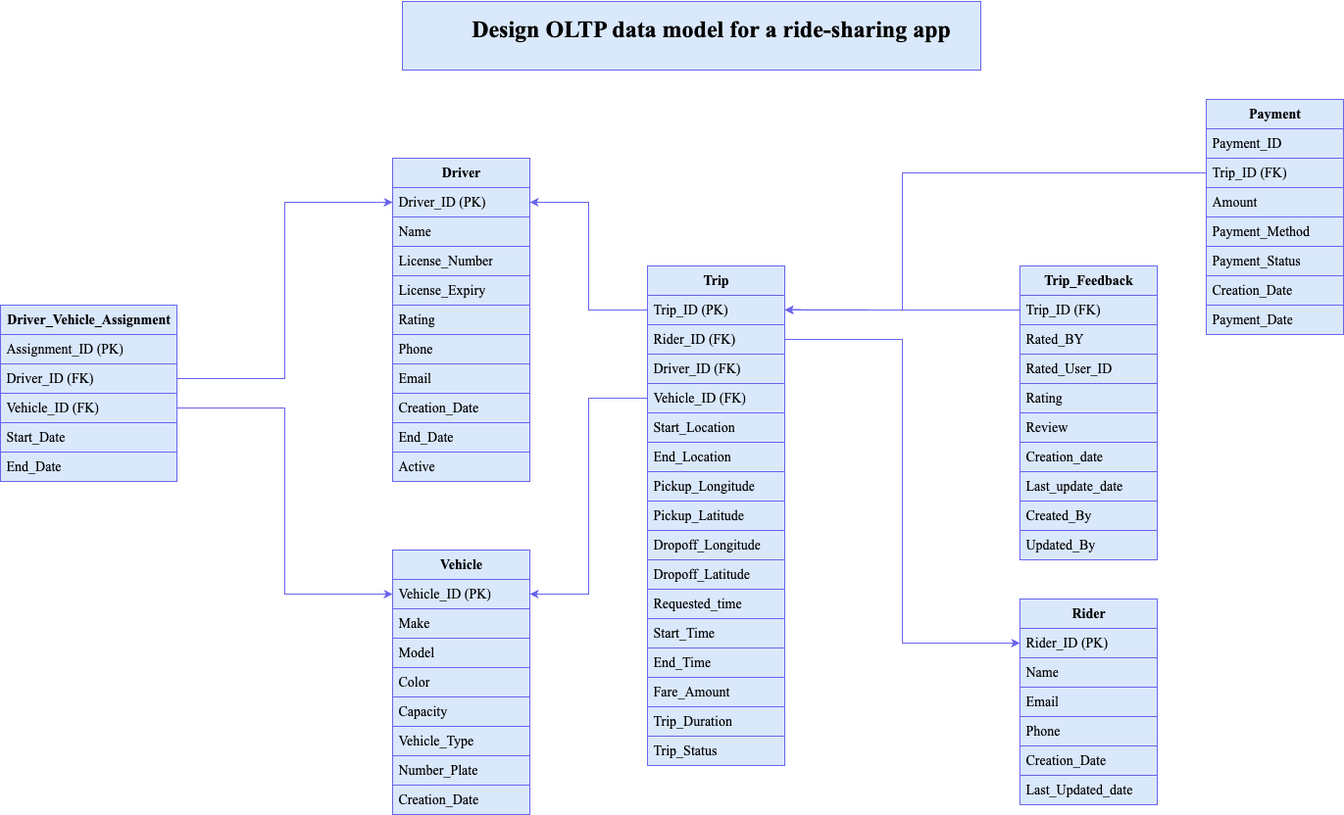
This is Uber-Ride-Share/OLTP/Ride_Share_OLTP_DATA_MODEL.drawio.png from rajesh7901/Data-Modeling, a draw.io export, as it was before one commit. Source tidied: cells renumbered, new cells last; positions are measured from the earlier drawing's top-left corner, leaving out a move shared by most shapes.
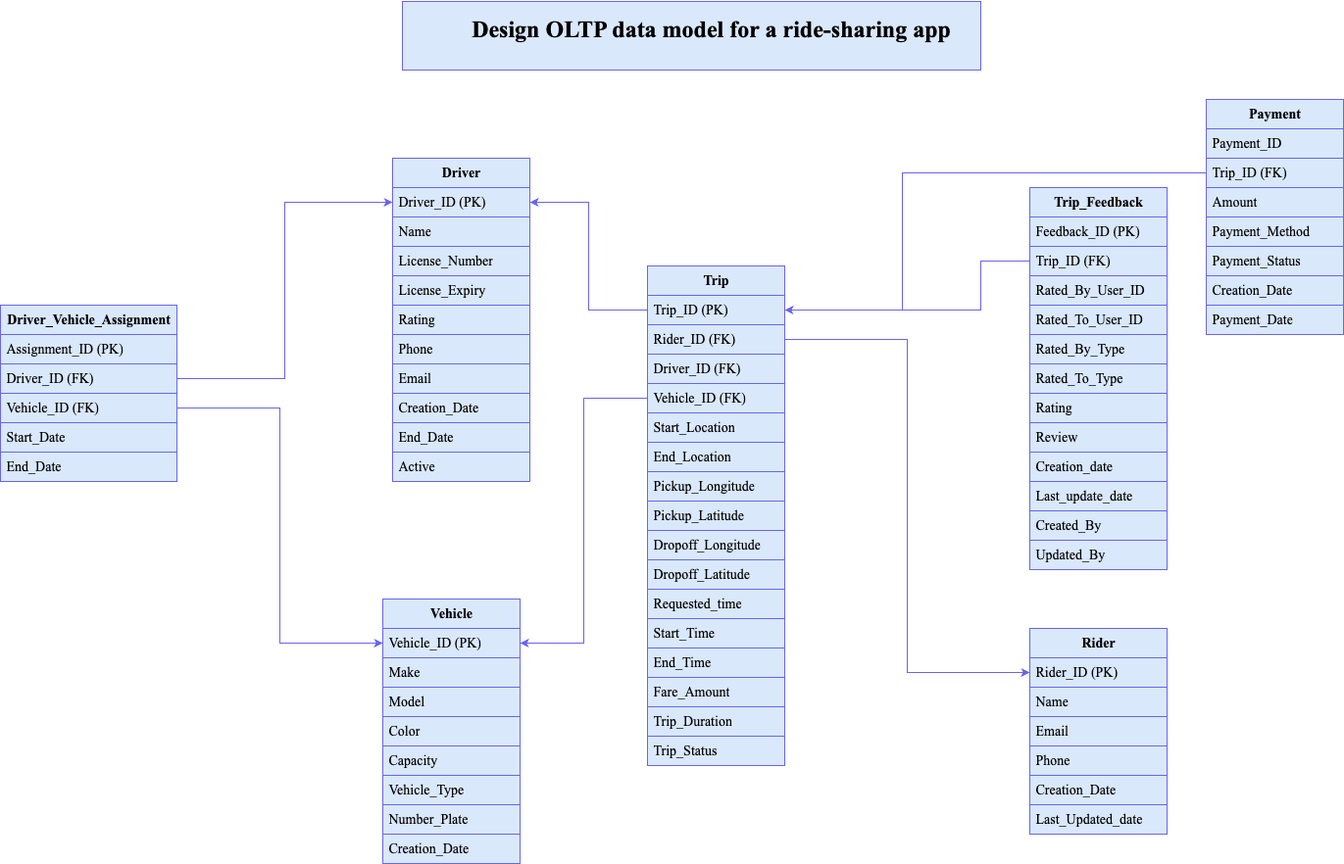
The same diagram one commit later.

Change to the diagram source:
```diff
@@ -36,7 +36,7 @@
       <mxGeometry y="300" width="140" height="30" as="geometry" />
     </mxCell>
     <mxCell id="13" value="&lt;b&gt;Rider&lt;/b&gt;" style="swimlane;fontStyle=0;horizontal=1;startSize=30;whiteSpace=wrap;html=1;swimlaneFillColor=default;labelBackgroundColor=none;fillColor=#dae8fc;fontFamily=Times New Roman;strokeColor=light-dark(#6964ED,#5C79A3);fontSize=14;labelBorderColor=none;textShadow=0;" parent="1" vertex="1">
-      <mxGeometry x="1040" y="610" width="140" height="210" as="geometry" />
+      <mxGeometry x="1050" y="640" width="140" height="210" as="geometry" />
     </mxCell>
     <mxCell id="14" value="Rider_ID (PK)" style="text;align=left;verticalAlign=middle;spacingLeft=4;spacingRight=4;overflow=hidden;points=[[0,0.5],[1,0.5]];portConstraint=eastwest;whiteSpace=wrap;html=1;labelBackgroundColor=none;fillColor=#dae8fc;fontFamily=Times New Roman;fontStyle=0;strokeColor=light-dark(#6964ED,#5C79A3);fontSize=14;labelBorderColor=none;textShadow=0;" parent="13" vertex="1">
       <mxGeometry y="30" width="140" height="30" as="geometry" />
@@ -108,7 +108,7 @@
       <mxGeometry y="480" width="140" height="30" as="geometry" />
     </mxCell>
     <mxCell id="37" value="&lt;b&gt;Vehicle&lt;/b&gt;" style="swimlane;fontStyle=0;horizontal=1;startSize=30;whiteSpace=wrap;html=1;swimlaneFillColor=default;labelBackgroundColor=none;fillColor=#dae8fc;fontFamily=Times New Roman;strokeColor=light-dark(#6964ED,#5C79A3);fontSize=14;labelBorderColor=none;textShadow=0;" parent="1" vertex="1">
-      <mxGeometry x="400" y="560" width="140" height="270" as="geometry" />
+      <mxGeometry x="390" y="610" width="140" height="270" as="geometry" />
     </mxCell>
     <mxCell id="38" value="Vehicle_ID (PK)" style="text;align=left;verticalAlign=middle;spacingLeft=4;spacingRight=4;overflow=hidden;points=[[0,0.5],[1,0.5]];portConstraint=eastwest;whiteSpace=wrap;html=1;labelBackgroundColor=none;fillColor=#dae8fc;fontFamily=Times New Roman;fontStyle=0;strokeColor=light-dark(#6964ED,#5C79A3);fontSize=14;labelBorderColor=none;textShadow=0;" parent="37" vertex="1">
       <mxGeometry y="30" width="140" height="30" as="geometry" />
@@ -159,39 +159,43 @@
       <mxGeometry y="210" width="140" height="30" as="geometry" />
     </mxCell>
     <mxCell id="54" value="&lt;b&gt;Trip_Feedback&lt;/b&gt;" style="swimlane;fontStyle=0;horizontal=1;startSize=30;whiteSpace=wrap;html=1;fillColor=#dae8fc;fontFamily=Times New Roman;strokeColor=light-dark(#6964ED,#5C79A3);fontSize=14;labelBackgroundColor=none;labelBorderColor=none;textShadow=0;" parent="1" vertex="1">
-      <mxGeometry x="1040" y="270" width="140" height="300" as="geometry" />
+      <mxGeometry x="1050" y="190" width="140" height="390" as="geometry" />
     </mxCell>
-    <mxCell id="55" style="edgeStyle=orthogonalEdgeStyle;rounded=0;jettySize=auto;html=1;exitX=0;exitY=0.5;exitDx=0;exitDy=0;strokeColor=light-dark(#6964ED,#5C79A3);" parent="54" edge="1" source="56">
-      <mxGeometry relative="1" as="geometry">
-        <mxPoint x="-240" y="44.6" as="targetPoint" />
-      </mxGeometry>
-    </mxCell>
+    <mxCell id="78" value="Feedback_ID (PK)" style="text;align=left;verticalAlign=middle;spacingLeft=4;spacingRight=4;overflow=hidden;whiteSpace=wrap;html=1;fillColor=#dae8fc;fontFamily=Times New Roman;fontStyle=0;strokeColor=light-dark(#6964ED,#5C79A3);fontSize=14;labelBackgroundColor=none;labelBorderColor=none;textShadow=0;" parent="54" vertex="1">
+      <mxGeometry y="30" width="140" height="30" as="geometry" />
+    </mxCell>
     <mxCell id="56" value="Trip_ID (FK)" style="text;align=left;verticalAlign=middle;spacingLeft=4;spacingRight=4;overflow=hidden;points=[[0,0.5],[1,0.5]];portConstraint=eastwest;whiteSpace=wrap;html=1;fillColor=#dae8fc;fontFamily=Times New Roman;fontStyle=0;strokeColor=light-dark(#6964ED,#5C79A3);fontSize=14;labelBackgroundColor=none;labelBorderColor=none;textShadow=0;" parent="54" vertex="1">
-      <mxGeometry y="30" width="140" height="30" as="geometry" />
+      <mxGeometry y="60" width="140" height="30" as="geometry" />
     </mxCell>
-    <mxCell id="57" value="Rated_BY" style="text;align=left;verticalAlign=middle;spacingLeft=4;spacingRight=4;overflow=hidden;whiteSpace=wrap;html=1;fillColor=#dae8fc;fontFamily=Times New Roman;fontStyle=0;strokeColor=light-dark(#6964ED,#5C79A3);fontSize=14;labelBackgroundColor=none;labelBorderColor=none;textShadow=0;" parent="54" vertex="1">
-      <mxGeometry y="60" width="140" height="30" as="geometry" />
+    <mxCell id="57" value="Rated_By_User_ID" style="text;align=left;verticalAlign=middle;spacingLeft=4;spacingRight=4;overflow=hidden;whiteSpace=wrap;html=1;fillColor=#dae8fc;fontFamily=Times New Roman;fontStyle=0;strokeColor=light-dark(#6964ED,#5C79A3);fontSize=14;labelBackgroundColor=none;labelBorderColor=none;textShadow=0;" parent="54" vertex="1">
+      <mxGeometry y="90" width="140" height="30" as="geometry" />
     </mxCell>
-    <mxCell id="58" value="Rated_User_ID" style="text;align=left;verticalAlign=middle;spacingLeft=4;spacingRight=4;overflow=hidden;whiteSpace=wrap;html=1;fillColor=#dae8fc;fontFamily=Times New Roman;fontStyle=0;strokeColor=light-dark(#6964ED,#5C79A3);fontSize=14;labelBackgroundColor=none;labelBorderColor=none;textShadow=0;" parent="54" vertex="1">
-      <mxGeometry y="90" width="140" height="30" as="geometry" />
-    </mxCell>
+    <mxCell id="79" value="Rated_To_User_ID" style="text;align=left;verticalAlign=middle;spacingLeft=4;spacingRight=4;overflow=hidden;whiteSpace=wrap;html=1;fillColor=#dae8fc;fontFamily=Times New Roman;fontStyle=0;strokeColor=light-dark(#6964ED,#5C79A3);fontSize=14;labelBackgroundColor=none;labelBorderColor=none;textShadow=0;" parent="54" vertex="1">
+      <mxGeometry y="120" width="140" height="30" as="geometry" />
+    </mxCell>
+    <mxCell id="80" value="Rated_By_Type" style="text;align=left;verticalAlign=middle;spacingLeft=4;spacingRight=4;overflow=hidden;whiteSpace=wrap;html=1;fillColor=#dae8fc;fontFamily=Times New Roman;fontStyle=0;strokeColor=light-dark(#6964ED,#5C79A3);fontSize=14;labelBackgroundColor=none;labelBorderColor=none;textShadow=0;" parent="54" vertex="1">
+      <mxGeometry y="150" width="140" height="30" as="geometry" />
+    </mxCell>
+    <mxCell id="81" value="Rated_To_Type" style="text;align=left;verticalAlign=middle;spacingLeft=4;spacingRight=4;overflow=hidden;whiteSpace=wrap;html=1;fillColor=#dae8fc;fontFamily=Times New Roman;fontStyle=0;strokeColor=light-dark(#6964ED,#5C79A3);fontSize=14;labelBackgroundColor=none;labelBorderColor=none;textShadow=0;" parent="54" vertex="1">
+      <mxGeometry y="180" width="140" height="30" as="geometry" />
+    </mxCell>
     <mxCell id="59" value="Rating" style="text;align=left;verticalAlign=middle;spacingLeft=4;spacingRight=4;overflow=hidden;whiteSpace=wrap;html=1;fillColor=#dae8fc;fontFamily=Times New Roman;fontStyle=0;strokeColor=light-dark(#6964ED,#5C79A3);fontSize=14;labelBackgroundColor=none;labelBorderColor=none;textShadow=0;" parent="54" vertex="1">
-      <mxGeometry y="120" width="140" height="30" as="geometry" />
+      <mxGeometry y="210" width="140" height="30" as="geometry" />
     </mxCell>
     <mxCell id="60" value="Review" style="text;align=left;verticalAlign=middle;spacingLeft=4;spacingRight=4;overflow=hidden;whiteSpace=wrap;html=1;fillColor=#dae8fc;fontFamily=Times New Roman;fontStyle=0;strokeColor=light-dark(#6964ED,#5C79A3);fontSize=14;labelBackgroundColor=none;labelBorderColor=none;textShadow=0;" parent="54" vertex="1">
-      <mxGeometry y="150" width="140" height="30" as="geometry" />
+      <mxGeometry y="240" width="140" height="30" as="geometry" />
     </mxCell>
     <mxCell id="61" value="Creation_date" style="text;align=left;verticalAlign=middle;spacingLeft=4;spacingRight=4;overflow=hidden;whiteSpace=wrap;html=1;fillColor=#dae8fc;fontFamily=Times New Roman;fontStyle=0;strokeColor=light-dark(#6964ED,#5C79A3);fontSize=14;labelBackgroundColor=none;labelBorderColor=none;textShadow=0;" parent="54" vertex="1">
-      <mxGeometry y="180" width="140" height="30" as="geometry" />
+      <mxGeometry y="270" width="140" height="30" as="geometry" />
     </mxCell>
     <mxCell id="62" value="Last_update_date" style="text;align=left;verticalAlign=middle;spacingLeft=4;spacingRight=4;overflow=hidden;whiteSpace=wrap;html=1;fillColor=#dae8fc;fontFamily=Times New Roman;fontStyle=0;strokeColor=light-dark(#6964ED,#5C79A3);fontSize=14;labelBackgroundColor=none;labelBorderColor=none;textShadow=0;" parent="54" vertex="1">
-      <mxGeometry y="210" width="140" height="30" as="geometry" />
+      <mxGeometry y="300" width="140" height="30" as="geometry" />
     </mxCell>
     <mxCell id="63" value="Created_By" style="text;align=left;verticalAlign=middle;spacingLeft=4;spacingRight=4;overflow=hidden;whiteSpace=wrap;html=1;fillColor=#dae8fc;fontFamily=Times New Roman;fontStyle=0;strokeColor=light-dark(#6964ED,#5C79A3);fontSize=14;labelBackgroundColor=none;labelBorderColor=none;textShadow=0;" parent="54" vertex="1">
-      <mxGeometry y="240" width="140" height="30" as="geometry" />
+      <mxGeometry y="330" width="140" height="30" as="geometry" />
     </mxCell>
     <mxCell id="64" value="Updated_By" style="text;align=left;verticalAlign=middle;spacingLeft=4;spacingRight=4;overflow=hidden;whiteSpace=wrap;html=1;fillColor=#dae8fc;fontFamily=Times New Roman;fontStyle=0;strokeColor=light-dark(#6964ED,#5C79A3);fontSize=14;labelBackgroundColor=none;labelBorderColor=none;textShadow=0;" parent="54" vertex="1">
-      <mxGeometry y="270" width="140" height="30" as="geometry" />
+      <mxGeometry y="360" width="140" height="30" as="geometry" />
     </mxCell>
     <mxCell id="65" style="edgeStyle=orthogonalEdgeStyle;rounded=0;jettySize=auto;html=1;exitX=0;exitY=0.5;exitDx=0;exitDy=0;entryX=1;entryY=0.5;entryDx=0;entryDy=0;fontColor=#143642;fillColor=#dae8fc;fontFamily=Times New Roman;fontStyle=0;strokeColor=light-dark(#6964ED,#5C79A3);fontSize=14;labelBackgroundColor=none;labelBorderColor=none;textShadow=0;" parent="1" edge="1" source="24" target="38">
       <mxGeometry relative="1" as="geometry" />
@@ -237,5 +241,13 @@
         </Array>
       </mxGeometry>
     </mxCell>
+    <mxCell id="82" style="edgeStyle=orthogonalEdgeStyle;rounded=0;jettySize=auto;html=1;exitX=0;exitY=0.5;exitDx=0;exitDy=0;entryX=1;entryY=0.5;entryDx=0;entryDy=0;strokeColor=light-dark(#6964ED,#5C79A3);" parent="1" edge="1" source="56" target="21">
+      <mxGeometry relative="1" as="geometry">
+        <Array as="points">
+          <mxPoint x="1000" y="265" />
+          <mxPoint x="1000" y="315" />
+        </Array>
+      </mxGeometry>
+    </mxCell>
   </root>
 </mxGraphModel>
```
